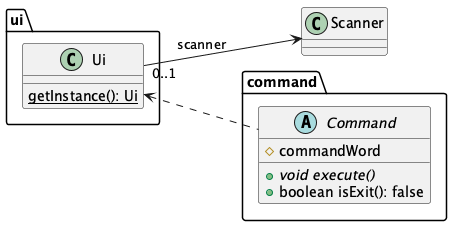
The PlantUML diagram docs/src/UiDiagram.png in Tanjy55/tp, before a commit.
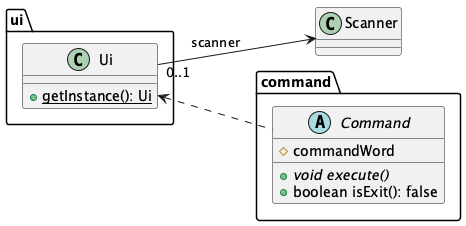
The same file after the commit.

Change to the diagram source:
```diff
@@ -11,7 +11,7 @@
 
 package ui {
     class Ui {
-        {static} getInstance(): Ui
+        {static} + getInstance(): Ui
     }
 }
 
```
